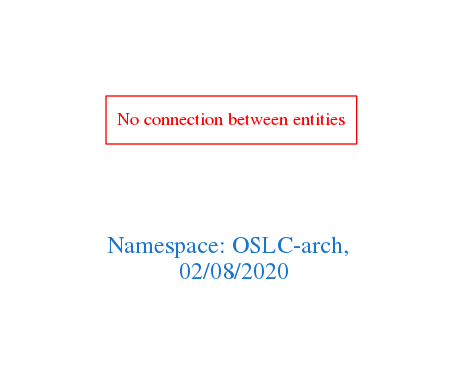
Earlier version of the Graphviz export downloads/OSLC-arch.png (arago/OGIT). Its source is kept beside it as downloads/OSLC-arch.dot.
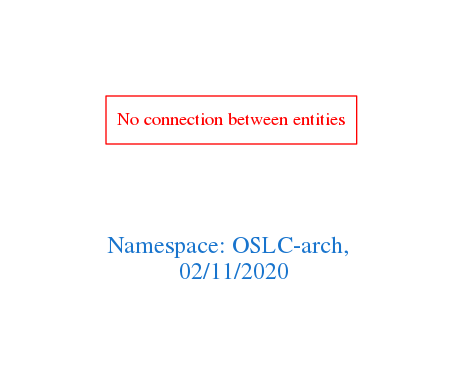
Later version of the same file.

Diff of the diagram source:
```diff
@@ -1,7 +1,7 @@
 digraph OGIT_ontology {
  graph [ rankdir= LR,pad=1
 fontsize = 18,
-fontcolor= dodgerblue3,label = "\n\n\nNamespace: OSLC-arch, \n 02/08/2020"];
+fontcolor= dodgerblue3,label = "\n\n\nNamespace: OSLC-arch, \n 02/11/2020"];
 node[shape=polygon];
 edge [  color="gray81"];
 
```
